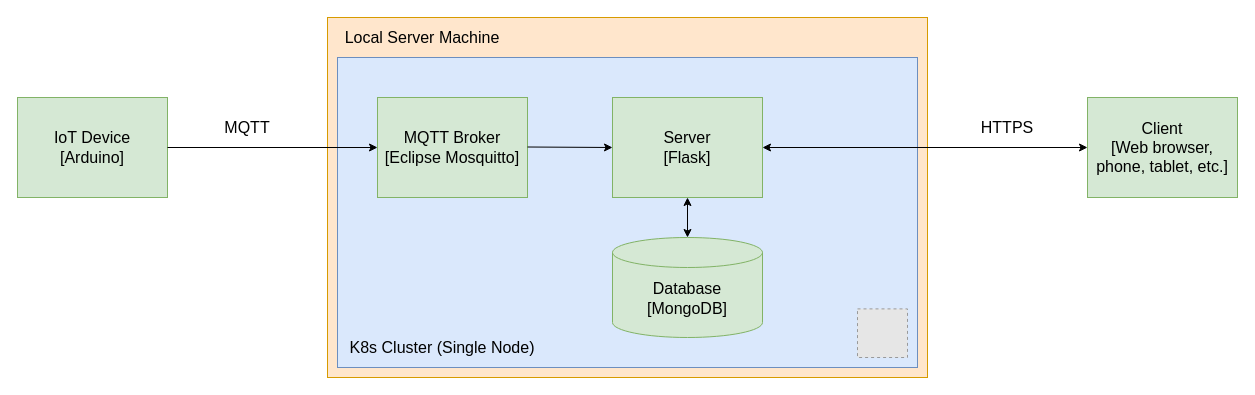
Above: documentation/IoT-dashboard-app.drawio in colesturza/IoT-data-display-dashboard (draw.io), before the change. Source tidied: cells renumbered, new cells numbered last; positions are measured from the earlier drawing's top-left corner, leaving out a move shared by most shapes. Both pictures are drawn from the tidied source at 100%, with x=0, y=0 at pixel (17, 17). Pictures stored in the file or linked from it are replaced by grey dashed boxes.
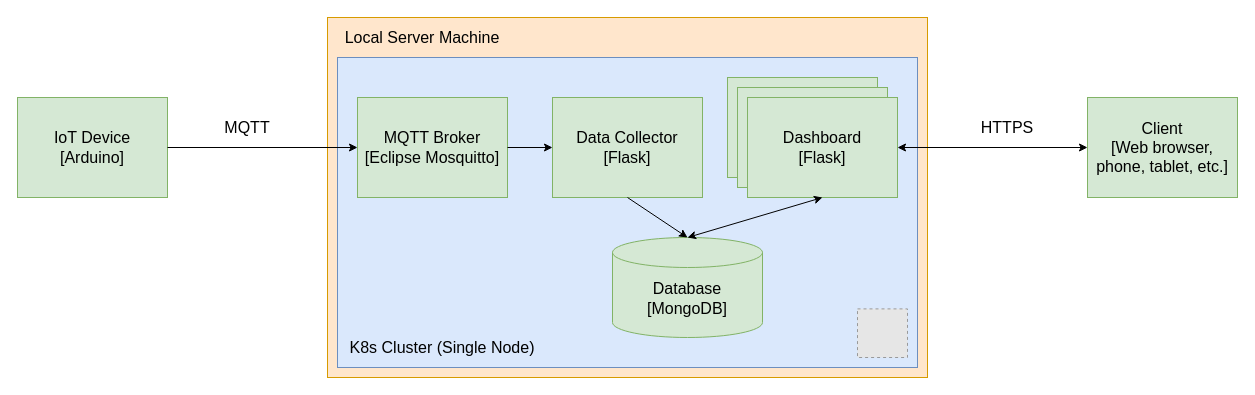
The same diagram, later.

Unchanged cells that the change refers to:
```xml
<mxCell id="11" style="shape=cylinder3;whiteSpace=wrap;html=1;boundedLbl=1;backgroundOutline=1;size=15;fontSize=16;fillColor=#d5e8d4;strokeColor=#82b366;" parent="1" vertex="1">
  <mxGeometry x="595" y="220" width="150" height="100" as="geometry" />
</mxCell>
```

Diff of the diagram source:
```diff
@@
     <mxCell id="7" style="rounded=0;whiteSpace=wrap;html=1;fillColor=#d5e8d4;strokeColor=#82b366;" parent="1" vertex="1">
-      <mxGeometry x="360" y="80" width="150" height="100" as="geometry" />
+      <mxGeometry x="340" y="80" width="150" height="100" as="geometry" />
     </mxCell>
     <mxCell id="8" value="&lt;div&gt;MQTT Broker&lt;/div&gt;&lt;div&gt;[Eclipse Mosquitto]&lt;br&gt;&lt;/div&gt;" style="text;html=1;strokeColor=none;fillColor=none;align=center;verticalAlign=middle;whiteSpace=wrap;rounded=0;fontSize=16;" parent="1" vertex="1">
-      <mxGeometry x="360" y="120" width="150" height="20" as="geometry" />
+      <mxGeometry x="340" y="120" width="150" height="20" as="geometry" />
     </mxCell>
-    <mxCell id="9" style="rounded=0;whiteSpace=wrap;html=1;fillColor=#d5e8d4;strokeColor=#82b366;" parent="1" vertex="1">
-      <mxGeometry x="595" y="80" width="150" height="100" as="geometry" />
-    </mxCell>
-    <mxCell id="10" value="&lt;div&gt;Server&lt;/div&gt;&lt;div&gt;[Flask]&lt;br&gt;&lt;/div&gt;" style="text;html=1;strokeColor=none;fillColor=none;align=center;verticalAlign=middle;whiteSpace=wrap;rounded=0;fontSize=16;" parent="1" vertex="1">
-      <mxGeometry x="600" y="120" width="140" height="20" as="geometry" />
-    </mxCell>
@@
-    <mxCell id="17" style="endArrow=classic;startArrow=classic;html=1;fontSize=16;exitX=0.5;exitY=1;exitDx=0;exitDy=0;entryX=0.5;entryY=0;entryDx=0;entryDy=0;entryPerimeter=0;fillColor=#f5f5f5;" parent="1" edge="1" source="9" target="11">
-      <mxGeometry relative="1" as="geometry" />
-    </mxCell>
-    <mxCell id="18" style="endArrow=classic;startArrow=classic;html=1;fontSize=16;fillColor=#f5f5f5;entryX=1;entryY=0.5;entryDx=0;entryDy=0;" parent="1" edge="1" target="9">
+    <mxCell id="18" style="endArrow=classic;startArrow=classic;html=1;fontSize=16;fillColor=#f5f5f5;entryX=1;entryY=0.5;entryDx=0;entryDy=0;" parent="1" edge="1" target="29">
       <mxGeometry relative="1" as="geometry">
         <mxPoint x="1070" y="130" as="sourcePoint" />
       </mxGeometry>
     </mxCell>
@@
-    <mxCell id="20" style="endArrow=classic;html=1;fontSize=16;exitX=1;exitY=0.5;exitDx=0;exitDy=0;entryX=0;entryY=0.5;entryDx=0;entryDy=0;" parent="1" edge="1" target="9">
-      <mxGeometry relative="1" as="geometry">
-        <mxPoint x="510" y="129.5" as="sourcePoint" />
-      </mxGeometry>
-    </mxCell>
@@
+    <mxCell id="23" style="rounded=0;whiteSpace=wrap;html=1;fillColor=#d5e8d4;strokeColor=#82b366;" parent="1" vertex="1">
+      <mxGeometry x="535" y="80" width="150" height="100" as="geometry" />
+    </mxCell>
+    <mxCell id="24" value="&lt;div&gt;Data Collector&lt;br&gt;&lt;/div&gt;&lt;div&gt;[Flask]&lt;br&gt;&lt;/div&gt;" style="text;html=1;strokeColor=none;fillColor=none;align=center;verticalAlign=middle;whiteSpace=wrap;rounded=0;fontSize=16;" parent="1" vertex="1">
+      <mxGeometry x="545" y="120" width="130" height="20" as="geometry" />
+    </mxCell>
+    <mxCell id="25" style="edgeStyle=orthogonalEdgeStyle;rounded=0;orthogonalLoop=1;jettySize=auto;html=1;endArrow=none;endFill=0;startArrow=classic;startFill=1;exitX=0;exitY=0.5;exitDx=0;exitDy=0;" parent="1" edge="1">
+      <mxGeometry relative="1" as="geometry">
+        <mxPoint x="535" y="130" as="sourcePoint" />
+        <mxPoint x="490" y="130" as="targetPoint" />
+      </mxGeometry>
+    </mxCell>
+    <mxCell id="26" style="endArrow=classic;html=1;rounded=0;entryX=0.5;entryY=0;entryDx=0;entryDy=0;entryPerimeter=0;exitX=0.5;exitY=1;exitDx=0;exitDy=0;" parent="1" edge="1" source="23" target="11">
+      <mxGeometry relative="1" as="geometry" />
+    </mxCell>
+    <mxCell id="27" style="rounded=0;whiteSpace=wrap;html=1;fillColor=#d5e8d4;strokeColor=#82b366;" parent="1" vertex="1">
+      <mxGeometry x="710" y="60" width="150" height="100" as="geometry" />
+    </mxCell>
+    <mxCell id="28" style="rounded=0;whiteSpace=wrap;html=1;fillColor=#d5e8d4;strokeColor=#82b366;" parent="1" vertex="1">
+      <mxGeometry x="720" y="70" width="150" height="100" as="geometry" />
+    </mxCell>
+    <mxCell id="29" style="rounded=0;whiteSpace=wrap;html=1;fillColor=#d5e8d4;strokeColor=#82b366;" parent="1" vertex="1">
+      <mxGeometry x="730" y="80" width="150" height="100" as="geometry" />
+    </mxCell>
+    <mxCell id="30" value="&lt;div&gt;Dashboard&lt;/div&gt;&lt;div&gt;[Flask]&lt;br&gt;&lt;/div&gt;" style="text;html=1;strokeColor=none;fillColor=none;align=center;verticalAlign=middle;whiteSpace=wrap;rounded=0;fontSize=16;" parent="1" vertex="1">
+      <mxGeometry x="735" y="120" width="140" height="20" as="geometry" />
+    </mxCell>
+    <mxCell id="17" style="endArrow=classic;startArrow=classic;html=1;fontSize=16;exitX=0.5;exitY=1;exitDx=0;exitDy=0;entryX=0.5;entryY=0;entryDx=0;entryDy=0;entryPerimeter=0;fillColor=#f5f5f5;" parent="1" edge="1" source="29" target="11">
+      <mxGeometry relative="1" as="geometry" />
+    </mxCell>
```
